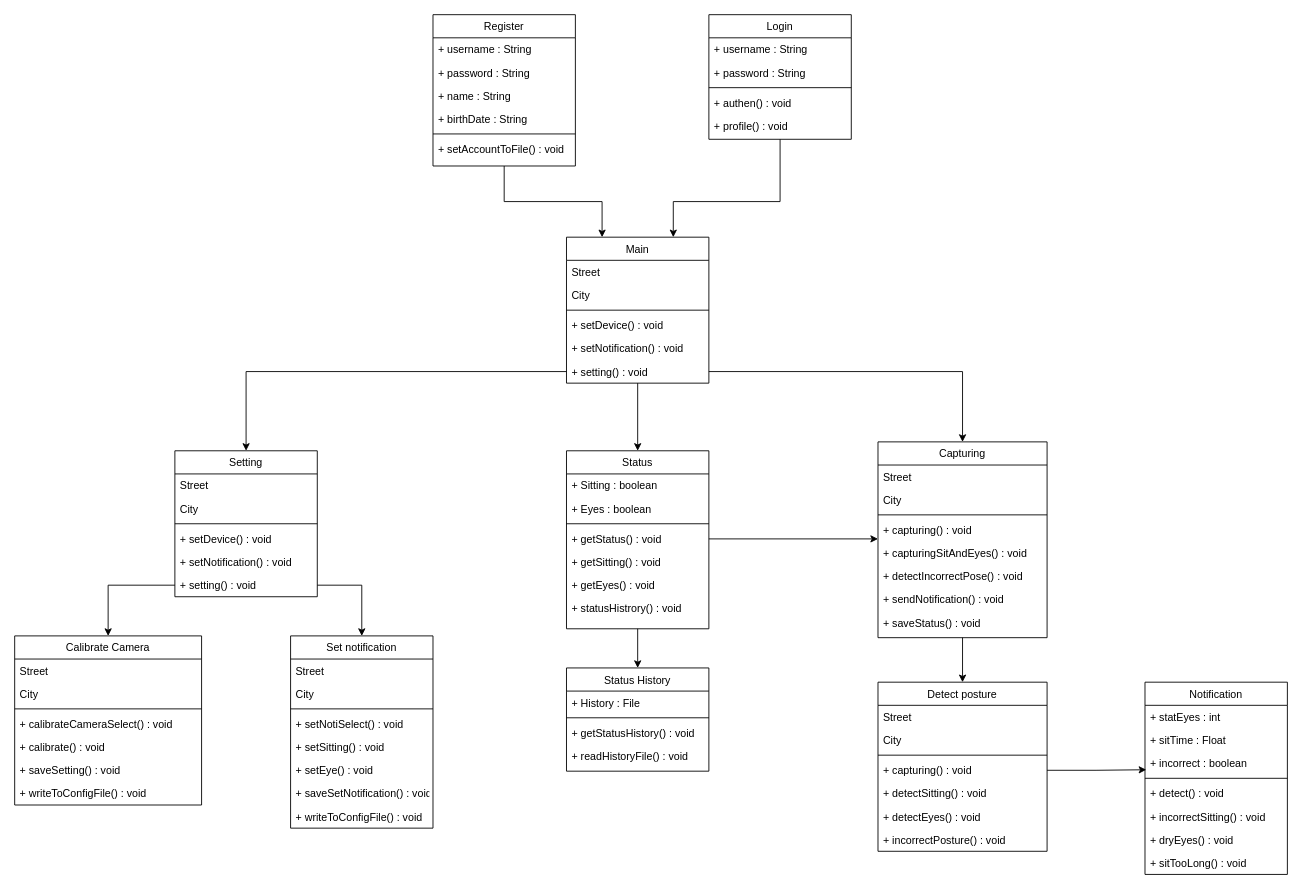
Before: Design/Class_Diagram.drawio in astrrr/Right-posture, a draw.io diagram. Source tidied: cells renumbered, new cells numbered last; positions are measured from the earlier drawing's top-left corner, leaving out a move shared by most shapes. Both pictures are drawn from the tidied source at 89%, with x=0, y=0 at pixel (14, 14).
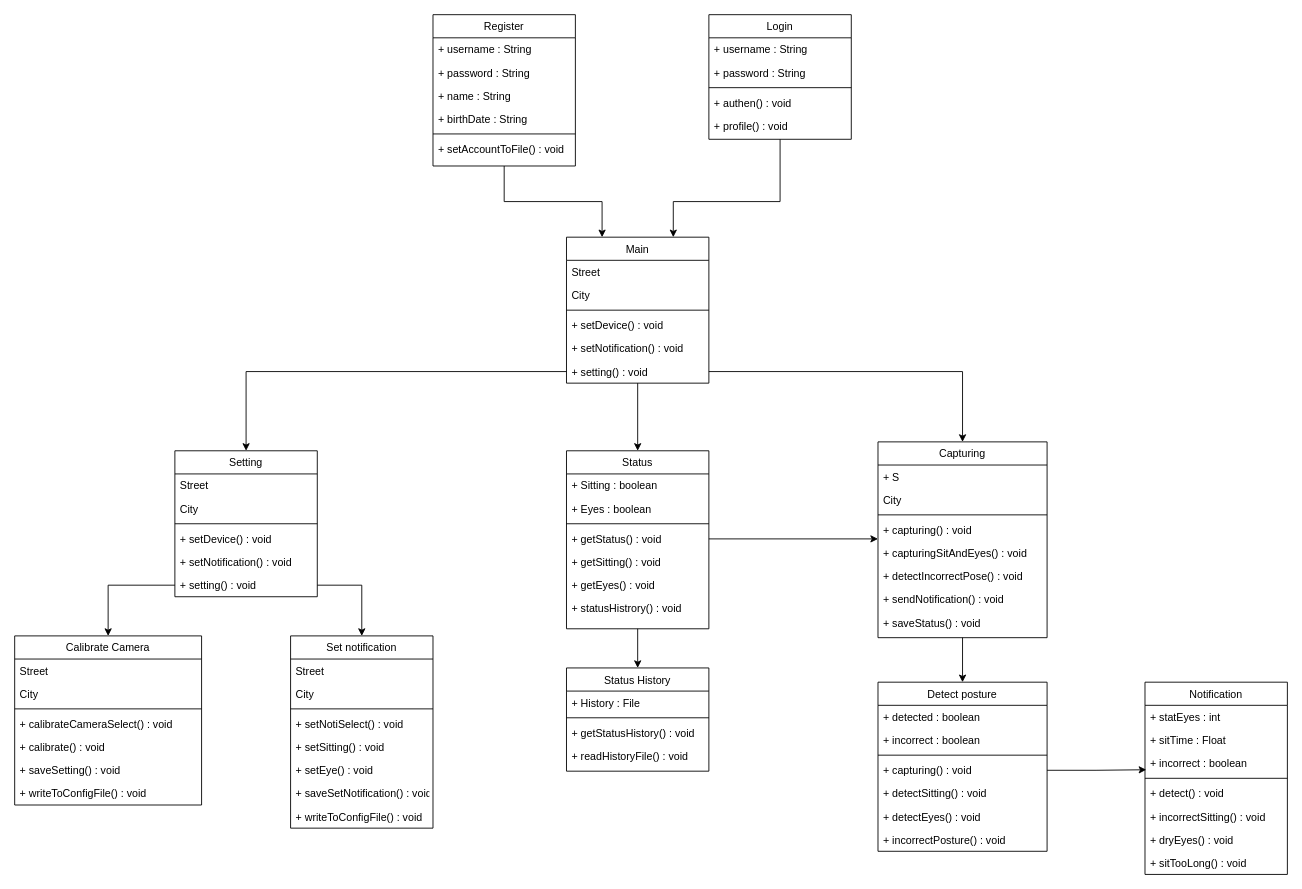
The same diagram, later.

Commit message:
Attr. Detect posture Class_Diagram.drawio

Unchanged cells that the change refers to:
```xml
<mxCell id="56" value="Capturing" style="swimlane;fontStyle=0;align=center;verticalAlign=top;horizontal=1;startSize=26;rounded=0;shadow=0;strokeWidth=1;" parent="1" vertex="1">
  <mxGeometry x="970" y="480" width="190" height="220" as="geometry" />
</mxCell>
<mxCell id="65" value="Detect posture" style="swimlane;fontStyle=0;align=center;verticalAlign=top;horizontal=1;startSize=26;rounded=0;shadow=0;strokeWidth=1;" parent="1" vertex="1">
  <mxGeometry x="970" y="750" width="190" height="190" as="geometry" />
</mxCell>
```

The edit, as a diff of the source:
```diff
@@
-    <mxCell id="57" value="Street" style="text;align=left;verticalAlign=top;spacingLeft=4;spacingRight=4;overflow=hidden;" parent="56" vertex="1">
+    <mxCell id="57" value="+ S" style="text;align=left;verticalAlign=top;spacingLeft=4;spacingRight=4;overflow=hidden;" parent="56" vertex="1">
       <mxGeometry y="26" width="190" height="26" as="geometry" />
     </mxCell>
@@
-    <mxCell id="66" value="Street" style="text;align=left;verticalAlign=top;spacingLeft=4;spacingRight=4;overflow=hidden;" parent="65" vertex="1">
+    <mxCell id="66" value="+ detected : boolean" style="text;align=left;verticalAlign=top;spacingLeft=4;spacingRight=4;overflow=hidden;" parent="65" vertex="1">
       <mxGeometry y="26" width="190" height="26" as="geometry" />
     </mxCell>
-    <mxCell id="67" value="City" style="text;align=left;verticalAlign=top;spacingLeft=4;spacingRight=4;overflow=hidden;rounded=0;shadow=0;html=0;" parent="65" vertex="1">
+    <mxCell id="67" value="+ incorrect : boolean" style="text;align=left;verticalAlign=top;spacingLeft=4;spacingRight=4;overflow=hidden;rounded=0;shadow=0;html=0;" parent="65" vertex="1">
       <mxGeometry y="52" width="190" height="26" as="geometry" />
     </mxCell>
```
